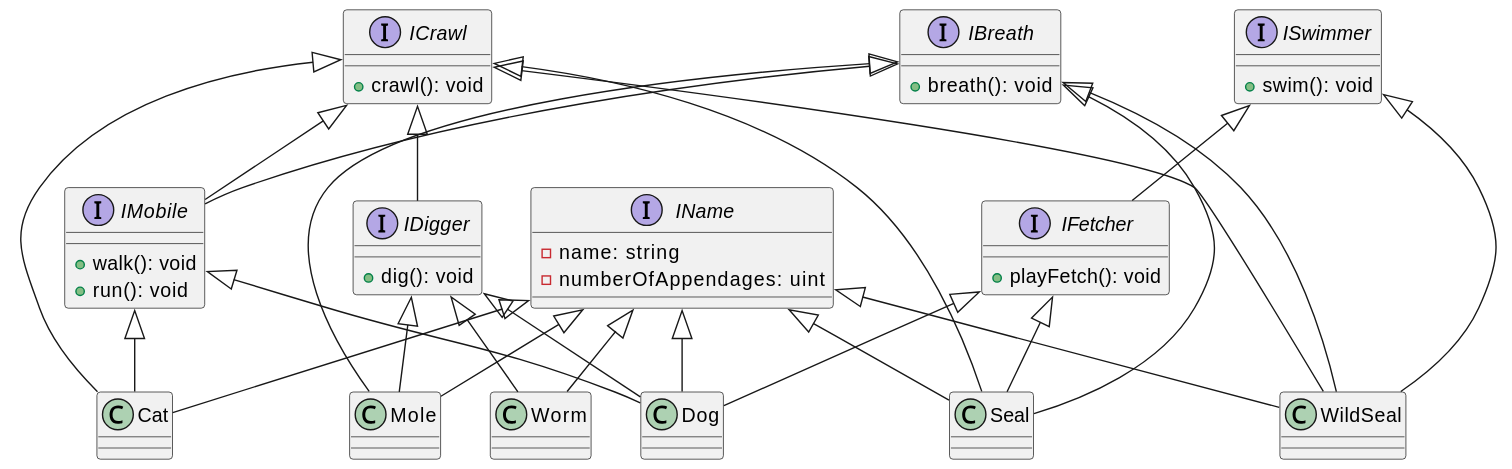
Before: assests/the_failures_of_inheritance_5.svg, a diagram exported from PlantUML (Steelstone3/Community-Of-Practise).
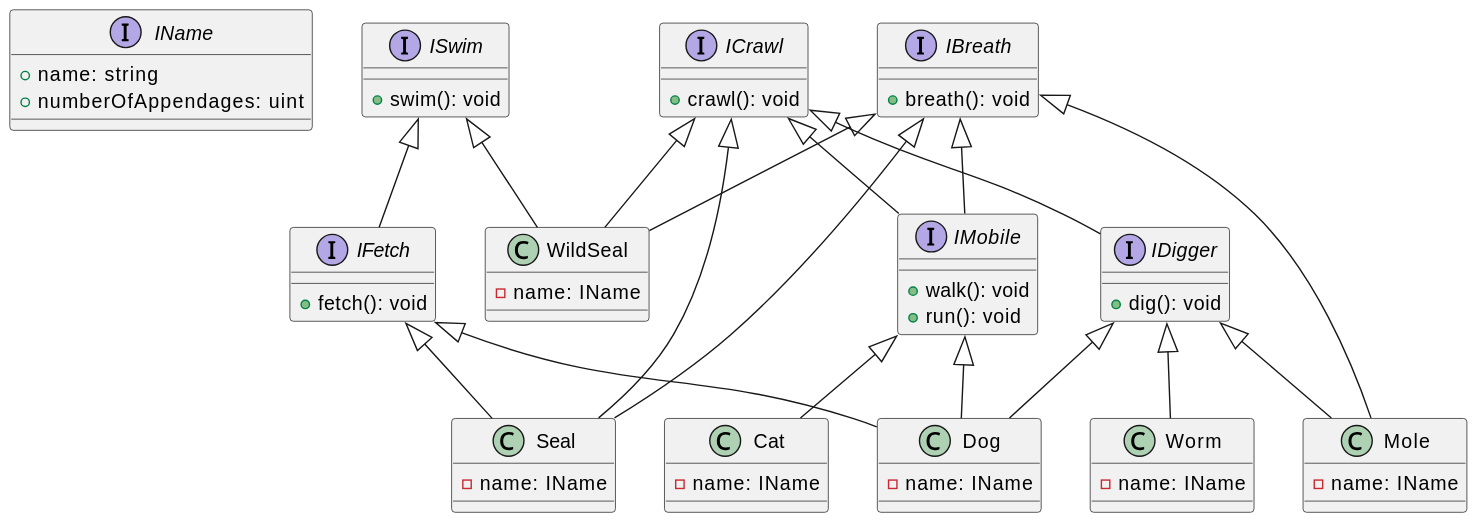
After the change.

What changed in the source:
```diff
@@ -1,87 +1,76 @@
 @startuml
 
-interface IName {
-    -name: string
-    -numberOfAppendages: uint
+interface IName{
+    +name: string
+    +numberOfAppendages: uint
 }
 
-interface IMobile {
+interface ICrawl{
+    +crawl(): void
+}
+
+interface IBreath{
+    +breath(): void
+}
+
+interface ISwim{
+    +swim(): void
+}
+
+interface IFetch{
+    +fetch(): void
+}
+
+interface IDigger{
+    +dig(): void
+}
+
+interface IMobile{
     +walk(): void
     +run(): void
 }
 
-interface IDigger {
-    +dig(): void
+class Dog{
+    -name: IName
 }
 
-interface ICrawl {
-    +crawl(): void
+class Cat{
+    -name: IName
 }
 
-interface IBreath {
-    +breath(): void
+class Mole{
+    -name: IName
 }
 
-interface ISwimmer {
-    +swim(): void
+class Worm{
+    -name: IName
 }
 
-interface IFetcher {
-    +playFetch(): void
+class Seal{
+    -name: IName
 }
 
-class Dog {
-
+class WildSeal{
+    -name: IName
 }
 
-class WildSeal {
+ISwim <|-- IFetch
+IBreath <|-- IMobile
+ICrawl <|-- IMobile
+ICrawl <|-- IDigger
 
-}
-
-class Seal {
-
-}
-
-class Mole {
-
-}
-
-class Cat {
-
-}
-
-class Worm {
-
-}
-
-ICrawl <|-- IMobile
-IBreath <|-- IMobile
-ICrawl <|-- IDigger
-ISwimmer <|-- IFetcher
 IMobile <|-- Dog
+IFetch <|-- Dog
 IDigger <|-- Dog
-IFetcher <|-- Dog
-IName <|-- Dog
-
 IMobile <|-- Cat
-ICrawl <|-- Cat
-IName <|-- Cat
-
+IDigger <|-- Mole
 IBreath <|-- Mole
-IDigger <|-- Mole
-IName <|-- Mole
-
-IDigger <|-- Worm
-IName <|-- Worm
-
-ISwimmer <|-- WildSeal
+IBreath <|-- Seal
+ICrawl <|-- Seal
+IFetch <|-- Seal
+ISwim <|-- WildSeal
 ICrawl <|-- WildSeal
 IBreath <|-- WildSeal
-IName <|-- WildSeal
-
-IFetcher <|-- Seal
-ICrawl <|-- Seal
-IBreath <|-- Seal
-IName <|-- Seal
+IDigger <|-- Worm
 
 @enduml
```
